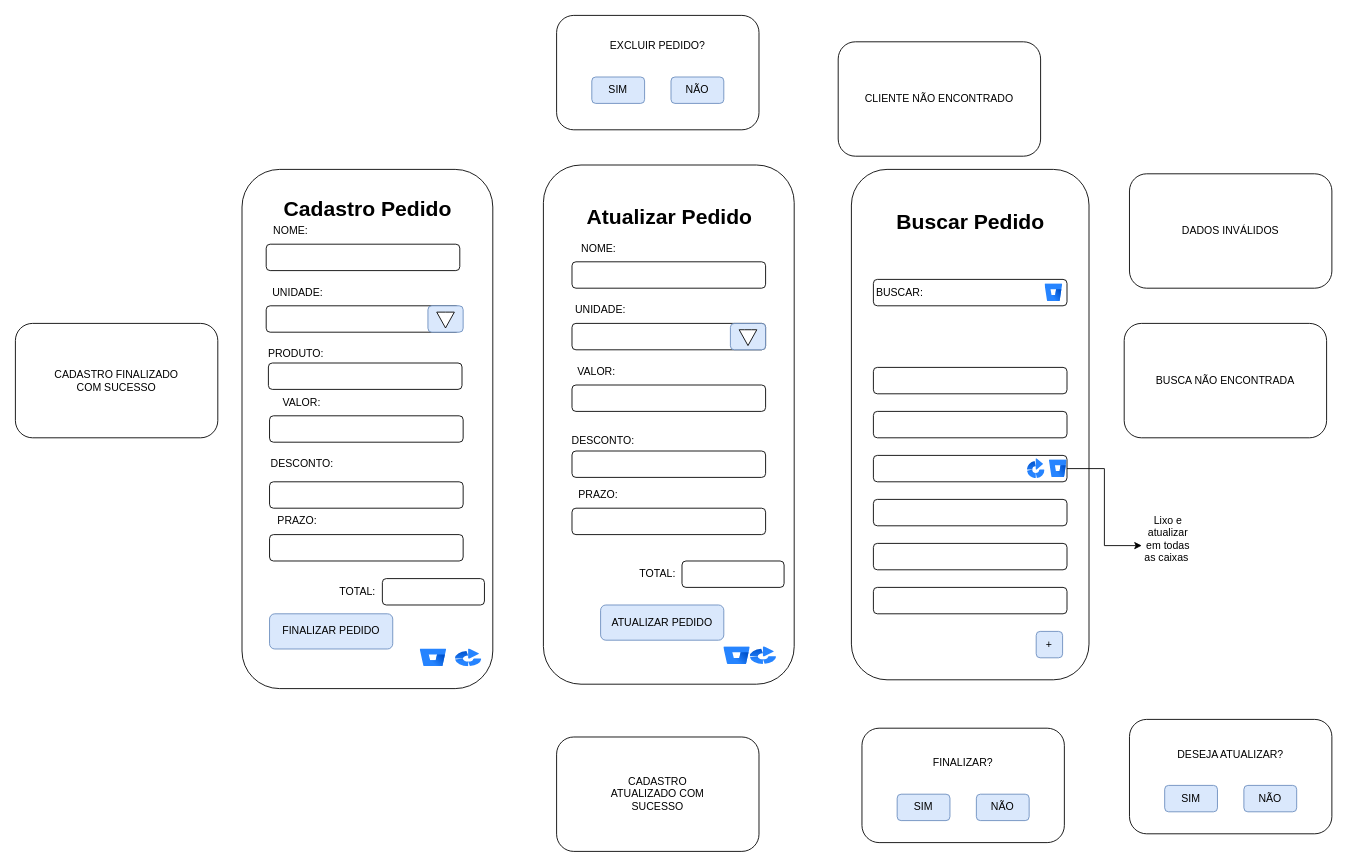
juliareis14/avatar.app keeps this draw.io diagram as page "Página-2" (2 of 9) of DOC/tela.drawio. Above is the earlier version. Source tidied: cells renumbered, new cells numbered last; positions are measured from the earlier drawing's top-left corner, leaving out a move shared by most shapes. Both pictures are drawn from the tidied source at 88%, with x=0, y=0 at pixel (15, 15).
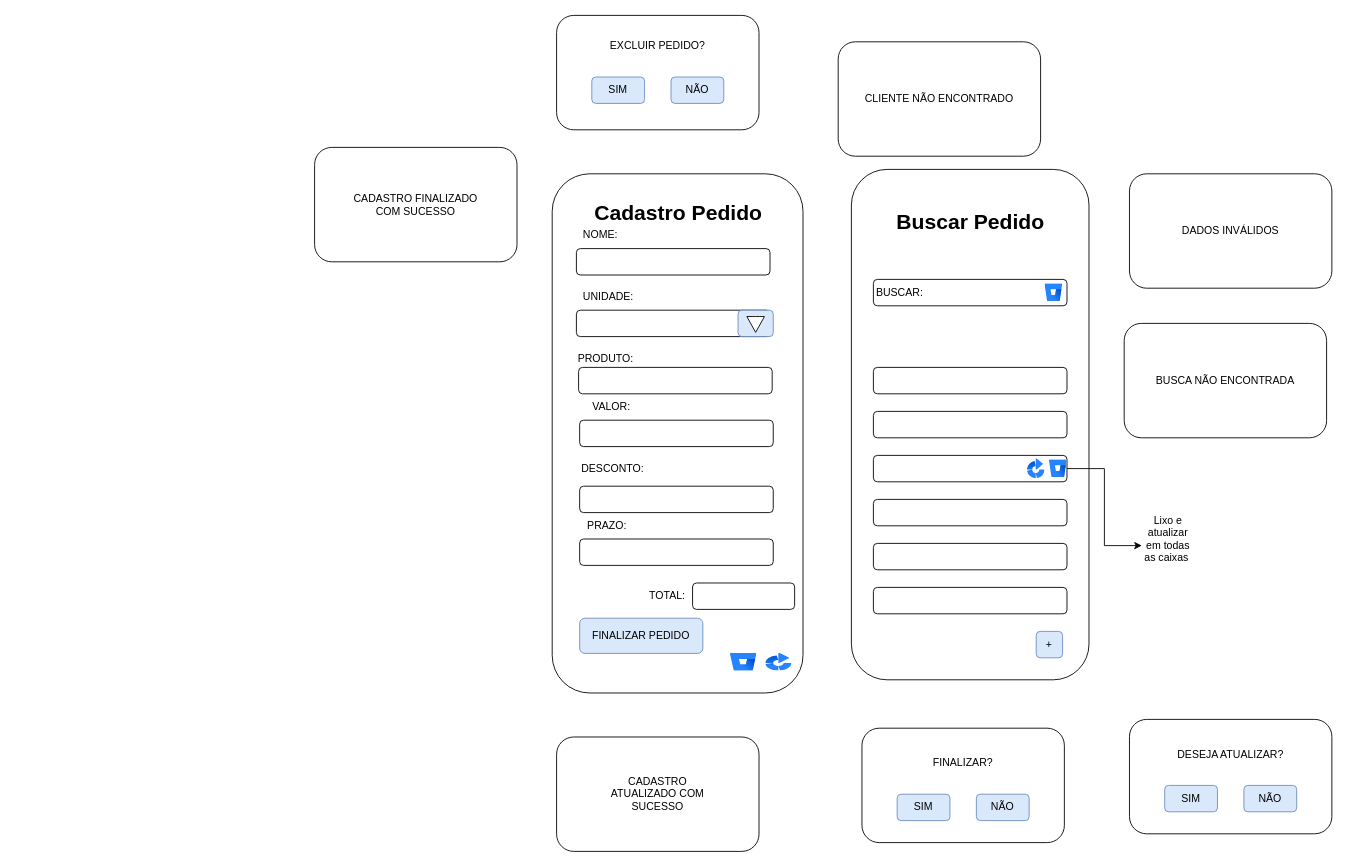
The same page after the edit.

What changed in the source:
```diff
@@
     <mxCell id="2" style="rounded=1;whiteSpace=wrap;html=1;" parent="1" vertex="1">
-      <mxGeometry x="257.5" y="175" width="285" height="590" as="geometry" />
+      <mxGeometry x="610" y="180" width="285" height="590" as="geometry" />
     </mxCell>
     <mxCell id="3" value="Cadastro Pedido" style="text;strokeColor=none;fillColor=none;html=1;fontSize=24;fontStyle=1;verticalAlign=middle;align=center;" parent="1" vertex="1">
-      <mxGeometry x="350" y="200" width="100" height="40" as="geometry" />
+      <mxGeometry x="702.5" y="205" width="100" height="40" as="geometry" />
     </mxCell>
     <mxCell id="4" style="rounded=1;whiteSpace=wrap;html=1;" parent="1" vertex="1">
-      <mxGeometry x="285" y="260" width="220" height="30" as="geometry" />
+      <mxGeometry x="637.5" y="265" width="220" height="30" as="geometry" />
     </mxCell>
     <mxCell id="5" style="rounded=1;whiteSpace=wrap;html=1;" parent="1" vertex="1">
-      <mxGeometry x="285" y="330" width="220" height="30" as="geometry" />
+      <mxGeometry x="637.5" y="335" width="220" height="30" as="geometry" />
     </mxCell>
     <mxCell id="6" style="rounded=1;whiteSpace=wrap;html=1;" parent="1" vertex="1">
-      <mxGeometry x="288.8" y="455" width="220" height="30" as="geometry" />
+      <mxGeometry x="641.2" y="460" width="220" height="30" as="geometry" />
     </mxCell>
     <mxCell id="7" value="NOME:" style="text;html=1;align=center;verticalAlign=middle;whiteSpace=wrap;rounded=0;" parent="1" vertex="1">
-      <mxGeometry x="282.5" y="230" width="60" height="30" as="geometry" />
+      <mxGeometry x="635" y="235" width="60" height="30" as="geometry" />
     </mxCell>
     <mxCell id="8" value="UNIDADE:" style="text;html=1;align=center;verticalAlign=middle;whiteSpace=wrap;rounded=0;" parent="1" vertex="1">
-      <mxGeometry x="281.2" y="300" width="80" height="30" as="geometry" />
+      <mxGeometry x="633.8" y="305" width="80" height="30" as="geometry" />
     </mxCell>
     <mxCell id="9" value="VALOR:" style="text;html=1;align=center;verticalAlign=middle;whiteSpace=wrap;rounded=0;" parent="1" vertex="1">
-      <mxGeometry x="287.5" y="425" width="75" height="30" as="geometry" />
+      <mxGeometry x="640" y="430" width="75" height="30" as="geometry" />
     </mxCell>
     <mxCell id="10" value="FINALIZAR PEDIDO" style="rounded=1;whiteSpace=wrap;html=1;fillColor=#dae8fc;strokeColor=#6c8ebf;" parent="1" vertex="1">
-      <mxGeometry x="288.8" y="680" width="140" height="40" as="geometry" />
+      <mxGeometry x="641.2" y="685" width="140" height="40" as="geometry" />
     </mxCell>
     <mxCell id="11" style="image;html=1;image=img/lib/atlassian/Bitbucket_Logo.svg;" parent="1" vertex="1">
-      <mxGeometry x="460" y="720" width="30" height="20" as="geometry" />
+      <mxGeometry x="812.5" y="725" width="30" height="20" as="geometry" />
     </mxCell>
     <mxCell id="12" style="image;html=1;image=img/lib/atlassian/Bamboo_Logo.svg;" parent="1" vertex="1">
-      <mxGeometry x="500" y="720" width="30" height="20" as="geometry" />
+      <mxGeometry x="852.5" y="725" width="30" height="20" as="geometry" />
     </mxCell>
     <mxCell id="13" style="rounded=1;whiteSpace=wrap;html=1;" parent="1" vertex="1">
-      <mxGeometry x="288.8" y="590" width="220" height="30" as="geometry" />
+      <mxGeometry x="641.2" y="595" width="220" height="30" as="geometry" />
     </mxCell>
     <mxCell id="14" style="rounded=1;whiteSpace=wrap;html=1;" parent="1" vertex="1">
-      <mxGeometry x="288.8" y="530" width="220" height="30" as="geometry" />
+      <mxGeometry x="641.2" y="535" width="220" height="30" as="geometry" />
     </mxCell>
     <mxCell id="15" value="DESCONTO:" style="text;html=1;align=center;verticalAlign=middle;whiteSpace=wrap;rounded=0;" parent="1" vertex="1">
-      <mxGeometry x="291.2" y="497.5" width="70" height="25" as="geometry" />
+      <mxGeometry x="643.8" y="502.5" width="70" height="25" as="geometry" />
     </mxCell>
     <mxCell id="16" value="PRAZO:" style="text;html=1;align=center;verticalAlign=middle;whiteSpace=wrap;rounded=0;" parent="1" vertex="1">
-      <mxGeometry x="282.5" y="560" width="75" height="30" as="geometry" />
+      <mxGeometry x="635" y="565" width="75" height="30" as="geometry" />
     </mxCell>
     <mxCell id="17" style="rounded=1;whiteSpace=wrap;html=1;" parent="1" vertex="1">
-      <mxGeometry x="417" y="640" width="116" height="30" as="geometry" />
+      <mxGeometry x="769.5" y="645" width="116" height="30" as="geometry" />
     </mxCell>
     <mxCell id="18" value="TOTAL:" style="text;html=1;align=center;verticalAlign=middle;whiteSpace=wrap;rounded=0;" parent="1" vertex="1">
-      <mxGeometry x="358.8" y="640" width="60" height="30" as="geometry" />
+      <mxGeometry x="711.2" y="645" width="60" height="30" as="geometry" />
     </mxCell>
-    <mxCell id="19" style="rounded=1;whiteSpace=wrap;html=1;" parent="1" vertex="1">
-      <mxGeometry x="600" y="170" width="285" height="590" as="geometry" />
-    </mxCell>
-    <mxCell id="20" value="Atualizar Pedido" style="text;strokeColor=none;fillColor=none;html=1;fontSize=24;fontStyle=1;verticalAlign=middle;align=center;" parent="1" vertex="1">
-      <mxGeometry x="692.5" y="210" width="100" height="40" as="geometry" />
-    </mxCell>
-    <mxCell id="21" style="rounded=1;whiteSpace=wrap;html=1;" parent="1" vertex="1">
-      <mxGeometry x="632.5" y="280" width="220" height="30" as="geometry" />
-    </mxCell>
-    <mxCell id="22" style="rounded=1;whiteSpace=wrap;html=1;" parent="1" vertex="1">
-      <mxGeometry x="632.5" y="350" width="220" height="30" as="geometry" />
-    </mxCell>
-    <mxCell id="23" style="rounded=1;whiteSpace=wrap;html=1;" parent="1" vertex="1">
-      <mxGeometry x="632.5" y="420" width="220" height="30" as="geometry" />
-    </mxCell>
-    <mxCell id="24" value="NOME:" style="text;html=1;align=center;verticalAlign=middle;whiteSpace=wrap;rounded=0;" parent="1" vertex="1">
-      <mxGeometry x="632.5" y="250" width="60" height="30" as="geometry" />
-    </mxCell>
-    <mxCell id="25" value="UNIDADE:" style="text;html=1;align=center;verticalAlign=middle;whiteSpace=wrap;rounded=0;" parent="1" vertex="1">
-      <mxGeometry x="625" y="320" width="80" height="30" as="geometry" />
-    </mxCell>
-    <mxCell id="26" value="VALOR:" style="text;html=1;align=center;verticalAlign=middle;whiteSpace=wrap;rounded=0;" parent="1" vertex="1">
-      <mxGeometry x="622.5" y="390" width="75" height="30" as="geometry" />
-    </mxCell>
-    <mxCell id="27" value="ATUALIZAR PEDIDO" style="rounded=1;whiteSpace=wrap;html=1;fillColor=#dae8fc;strokeColor=#6c8ebf;" parent="1" vertex="1">
-      <mxGeometry x="665" y="670" width="140" height="40" as="geometry" />
-    </mxCell>
-    <mxCell id="28" style="rounded=1;whiteSpace=wrap;html=1;" parent="1" vertex="1">
-      <mxGeometry x="632.5" y="560" width="220" height="30" as="geometry" />
-    </mxCell>
-    <mxCell id="29" style="rounded=1;whiteSpace=wrap;html=1;" parent="1" vertex="1">
-      <mxGeometry x="632.5" y="495" width="220" height="30" as="geometry" />
-    </mxCell>
-    <mxCell id="30" value="DESCONTO:" style="text;html=1;align=center;verticalAlign=middle;whiteSpace=wrap;rounded=0;" parent="1" vertex="1">
-      <mxGeometry x="632.5" y="470" width="70" height="25" as="geometry" />
-    </mxCell>
-    <mxCell id="31" value="PRAZO:" style="text;html=1;align=center;verticalAlign=middle;whiteSpace=wrap;rounded=0;" parent="1" vertex="1">
-      <mxGeometry x="625" y="530" width="75" height="30" as="geometry" />
-    </mxCell>
-    <mxCell id="32" style="rounded=1;whiteSpace=wrap;html=1;" parent="1" vertex="1">
-      <mxGeometry x="757.5" y="620" width="116" height="30" as="geometry" />
-    </mxCell>
-    <mxCell id="33" value="TOTAL:" style="text;html=1;align=center;verticalAlign=middle;whiteSpace=wrap;rounded=0;" parent="1" vertex="1">
-      <mxGeometry x="700" y="620" width="60" height="30" as="geometry" />
-    </mxCell>
@@
     <mxCell id="43" style="rounded=1;whiteSpace=wrap;html=1;" parent="1" vertex="1">
-      <mxGeometry y="350" width="230" height="130" as="geometry" />
+      <mxGeometry x="340" y="150" width="230" height="130" as="geometry" />
     </mxCell>
     <mxCell id="44" value="CADASTRO FINALIZADO&lt;div&gt;COM SUCESSO&lt;/div&gt;" style="text;html=1;align=center;verticalAlign=middle;whiteSpace=wrap;rounded=0;" parent="1" vertex="1">
-      <mxGeometry x="40" y="380" width="150" height="70" as="geometry" />
+      <mxGeometry x="380" y="180" width="150" height="70" as="geometry" />
     </mxCell>
@@
-    <mxCell id="48" style="image;html=1;image=img/lib/atlassian/Bitbucket_Logo.svg;" parent="1" vertex="1">
-      <mxGeometry x="805" y="717.5" width="30" height="20" as="geometry" />
-    </mxCell>
-    <mxCell id="49" style="image;html=1;image=img/lib/atlassian/Bamboo_Logo.svg;" parent="1" vertex="1">
-      <mxGeometry x="835" y="717.5" width="30" height="20" as="geometry" />
-    </mxCell>
@@
     <mxCell id="61" style="rounded=1;whiteSpace=wrap;html=1;" parent="1" vertex="1">
-      <mxGeometry x="287.5" y="395" width="220" height="30" as="geometry" />
+      <mxGeometry x="640" y="400" width="220" height="30" as="geometry" />
     </mxCell>
     <mxCell id="62" value="PRODUTO:" style="text;html=1;align=center;verticalAlign=middle;whiteSpace=wrap;rounded=0;" parent="1" vertex="1">
-      <mxGeometry x="288.8" y="370" width="60" height="30" as="geometry" />
+      <mxGeometry x="641.2" y="375" width="60" height="30" as="geometry" />
     </mxCell>
@@
     <mxCell id="72" style="rounded=1;whiteSpace=wrap;html=1;fillColor=#dae8fc;strokeColor=#6c8ebf;" parent="1" vertex="1">
-      <mxGeometry x="468.8" y="330" width="40" height="30" as="geometry" />
+      <mxGeometry x="821.2" y="335" width="40" height="30" as="geometry" />
     </mxCell>
     <mxCell id="73" style="html=1;shadow=0;dashed=0;align=center;verticalAlign=middle;shape=mxgraph.arrows2.arrow;dy=0.6;dx=40;direction=south;notch=0;" parent="1" vertex="1">
-      <mxGeometry x="478.8" y="337.2" width="20" height="18" as="geometry" />
+      <mxGeometry x="831.2" y="342.2" width="20" height="18" as="geometry" />
     </mxCell>
-    <mxCell id="74" style="rounded=1;whiteSpace=wrap;html=1;fillColor=#dae8fc;strokeColor=#6c8ebf;" parent="1" vertex="1">
-      <mxGeometry x="812.5" y="350" width="40" height="30" as="geometry" />
-    </mxCell>
-    <mxCell id="75" style="html=1;shadow=0;dashed=0;align=center;verticalAlign=middle;shape=mxgraph.arrows2.arrow;dy=0.6;dx=40;direction=south;notch=0;" parent="1" vertex="1">
-      <mxGeometry x="822.5" y="357.2" width="20" height="18" as="geometry" />
-    </mxCell>
```
